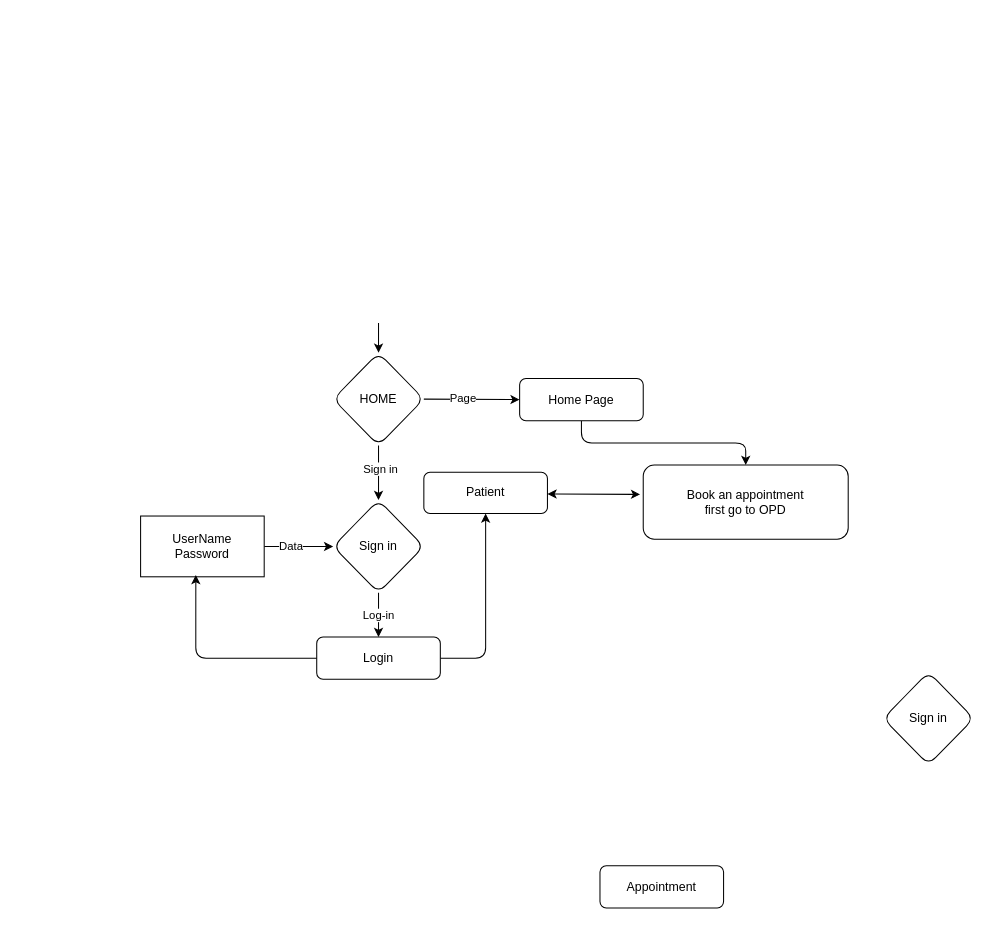
Earlier version of the draw.io diagram Untitled Diagram.drawio (RameshCrai/system-design-analysis). Source tidied: cells renumbered, new cells numbered last; positions are measured from the earlier drawing's top-left corner, leaving out a move shared by most shapes. Both pictures are drawn from the tidied source at 103%, with x=0, y=0 at pixel (140, 322).
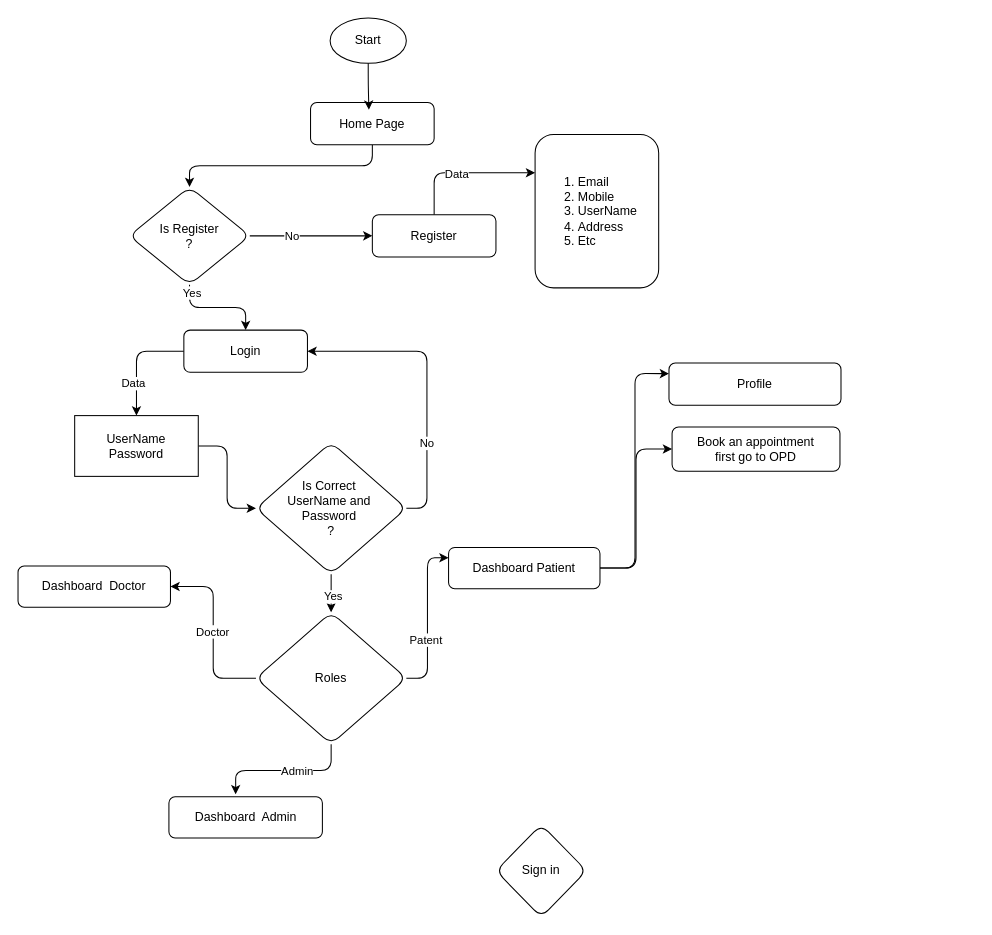
Above is the later version.

Commit message:
medical erp

Change to the diagram source:
```diff
@@
-    <mxCell id="2" style="edgeStyle=orthogonalEdgeStyle;rounded=1;jettySize=auto;html=1;exitX=0.5;exitY=1;exitDx=0;exitDy=0;entryX=0.5;entryY=0;entryDx=0;entryDy=0;" parent="1" edge="1" source="4" target="12">
-      <mxGeometry relative="1" as="geometry" />
-    </mxCell>
-    <mxCell id="3" value="Sign in" style="edgeLabel;html=1;align=center;verticalAlign=middle;rounded=1;" parent="2" vertex="1">
-      <mxGeometry x="-0.18" y="1" relative="1" as="geometry" />
-    </mxCell>
+    <mxCell id="6" style="edgeStyle=orthogonalEdgeStyle;rounded=1;jettySize=auto;html=1;exitX=1;exitY=0.5;exitDx=0;exitDy=0;entryX=0;entryY=0.5;entryDx=0;entryDy=0;" parent="1" edge="1" source="4" target="9">
+      <mxGeometry relative="1" as="geometry" />
+    </mxCell>
+    <mxCell id="24" value="No" style="edgeLabel;html=1;align=center;verticalAlign=middle;rounded=1;" parent="6" vertex="1">
+      <mxGeometry x="-0.33" y="1" relative="1" as="geometry">
+        <mxPoint y="1" as="offset" />
+      </mxGeometry>
+    </mxCell>
-    <mxCell id="4" value="HOME" style="rhombus;whiteSpace=wrap;html=1;labelBackgroundColor=none;rounded=1;" parent="1" vertex="1">
-      <mxGeometry x="187" y="29" width="88" height="90" as="geometry" />
+    <mxCell id="4" value="Is Register&lt;div&gt;?&lt;/div&gt;" style="rhombus;whiteSpace=wrap;html=1;labelBackgroundColor=none;rounded=1;" parent="1" vertex="1">
+      <mxGeometry x="-11" y="-132" width="117" height="95" as="geometry" />
     </mxCell>
-    <mxCell id="5" style="endArrow=classic;html=1;rounded=1;entryX=0.5;entryY=0;entryDx=0;entryDy=0;labelBackgroundColor=none;fontColor=default;" parent="1" edge="1" target="4">
-      <mxGeometry relative="1" as="geometry">
-        <mxPoint x="231" as="sourcePoint" />
-      </mxGeometry>
-    </mxCell>
-    <mxCell id="6" style="endArrow=classic;html=1;rounded=1;exitX=1;exitY=0.5;exitDx=0;exitDy=0;entryX=0;entryY=0.5;entryDx=0;entryDy=0;" parent="1" edge="1" source="4" target="9">
-      <mxGeometry relative="1" as="geometry" />
-    </mxCell>
-    <mxCell id="7" value="Page" style="edgeLabel;html=1;align=center;verticalAlign=middle;rounded=1;" parent="6" vertex="1">
-      <mxGeometry x="-0.2" y="4" relative="1" as="geometry">
-        <mxPoint y="2" as="offset" />
-      </mxGeometry>
-    </mxCell>
-    <mxCell id="8" style="edgeStyle=orthogonalEdgeStyle;rounded=1;jettySize=auto;html=1;exitX=0.5;exitY=1;exitDx=0;exitDy=0;entryX=0.5;entryY=0;entryDx=0;entryDy=0;" parent="1" edge="1" source="9" target="13">
-      <mxGeometry relative="1" as="geometry" />
-    </mxCell>
+    <mxCell id="25" style="edgeStyle=orthogonalEdgeStyle;rounded=1;jettySize=auto;html=1;exitX=0.5;exitY=0;exitDx=0;exitDy=0;entryX=0;entryY=0.25;entryDx=0;entryDy=0;" parent="1" edge="1" source="9" target="36">
+      <mxGeometry relative="1" as="geometry" />
+    </mxCell>
+    <mxCell id="26" value="Data" style="edgeLabel;html=1;align=center;verticalAlign=middle;rounded=1;" parent="25" vertex="1">
+      <mxGeometry x="-0.1" y="-1" relative="1" as="geometry" />
+    </mxCell>
-    <mxCell id="9" value="Home Page" style="rounded=1;whiteSpace=wrap;html=1;" parent="1" vertex="1">
-      <mxGeometry x="368" y="54" width="120" height="41" as="geometry" />
+    <mxCell id="9" value="Register" style="rounded=1;whiteSpace=wrap;html=1;" parent="1" vertex="1">
+      <mxGeometry x="225" y="-105" width="120" height="41" as="geometry" />
     </mxCell>
-    <mxCell id="10" style="edgeStyle=orthogonalEdgeStyle;rounded=1;jettySize=auto;html=1;exitX=0.5;exitY=1;exitDx=0;exitDy=0;entryX=0.5;entryY=0;entryDx=0;entryDy=0;" parent="1" edge="1" source="12" target="18">
+    <mxCell id="10" style="edgeStyle=orthogonalEdgeStyle;rounded=1;jettySize=auto;html=1;exitX=1;exitY=0.5;exitDx=0;exitDy=0;entryX=1;entryY=0.5;entryDx=0;entryDy=0;" parent="1" edge="1" source="12" target="18">
       <mxGeometry relative="1" as="geometry" />
     </mxCell>
-    <mxCell id="11" value="Log-in" style="edgeLabel;html=1;align=center;verticalAlign=middle;rounded=1;" parent="10" vertex="1">
-      <mxGeometry x="-0.04" y="-1" relative="1" as="geometry" />
-    </mxCell>
+    <mxCell id="27" value="No" style="edgeLabel;html=1;align=center;verticalAlign=middle;rounded=1;" parent="10" vertex="1">
+      <mxGeometry x="-0.41" y="1" relative="1" as="geometry">
+        <mxPoint y="1" as="offset" />
+      </mxGeometry>
+    </mxCell>
+    <mxCell id="28" style="edgeStyle=orthogonalEdgeStyle;rounded=1;jettySize=auto;html=1;exitX=0.5;exitY=1;exitDx=0;exitDy=0;entryX=0.5;entryY=0;entryDx=0;entryDy=0;" parent="1" edge="1" source="12" target="46">
+      <mxGeometry relative="1" as="geometry" />
+    </mxCell>
+    <mxCell id="29" value="Yes" style="edgeLabel;html=1;align=center;verticalAlign=middle;rounded=1;" parent="28" vertex="1">
+      <mxGeometry x="0.12" y="1" relative="1" as="geometry" />
+    </mxCell>
-    <mxCell id="12" value="Sign in" style="rhombus;whiteSpace=wrap;html=1;labelBackgroundColor=none;rounded=1;" parent="1" vertex="1">
-      <mxGeometry x="187" y="172" width="88" height="90" as="geometry" />
+    <mxCell id="12" value="Is Correct&amp;nbsp;&lt;div&gt;UserName and&amp;nbsp;&lt;div&gt;Password&amp;nbsp;&lt;/div&gt;&lt;/div&gt;&lt;div&gt;?&lt;/div&gt;" style="rhombus;whiteSpace=wrap;html=1;labelBackgroundColor=none;rounded=1;" parent="1" vertex="1">
+      <mxGeometry x="112" y="116" width="146" height="128" as="geometry" />
     </mxCell>
     <mxCell id="13" value="Book an appointment&lt;div&gt;first go to OPD&lt;/div&gt;" style="rounded=1;whiteSpace=wrap;html=1;" parent="1" vertex="1">
-      <mxGeometry x="488" y="138" width="199" height="72" as="geometry" />
+      <mxGeometry x="516" y="101" width="163" height="43" as="geometry" />
     </mxCell>
-    <mxCell id="14" style="edgeStyle=orthogonalEdgeStyle;rounded=1;jettySize=auto;html=1;exitX=1;exitY=0.5;exitDx=0;exitDy=0;" parent="1" edge="1" source="16" target="12">
+    <mxCell id="14" style="edgeStyle=orthogonalEdgeStyle;rounded=1;jettySize=auto;html=1;exitX=1;exitY=0.5;exitDx=0;exitDy=0;entryX=0;entryY=0.5;entryDx=0;entryDy=0;" parent="1" edge="1" source="16" target="12">
       <mxGeometry relative="1" as="geometry" />
     </mxCell>
-    <mxCell id="15" value="Data" style="edgeLabel;html=1;align=center;verticalAlign=middle;rounded=1;" parent="14" vertex="1">
-      <mxGeometry x="-0.25" y="1" relative="1" as="geometry" />
-    </mxCell>
     <mxCell id="16" value="UserName&lt;div&gt;Password&lt;/div&gt;" style="rounded=0;whiteSpace=wrap;html=1;" parent="1" vertex="1">
-      <mxGeometry y="187.5" width="120" height="59" as="geometry" />
+      <mxGeometry x="-64" y="90" width="120" height="59" as="geometry" />
     </mxCell>
-    <mxCell id="17" style="edgeStyle=orthogonalEdgeStyle;rounded=1;jettySize=auto;html=1;exitX=1;exitY=0.5;exitDx=0;exitDy=0;entryX=0.5;entryY=1;entryDx=0;entryDy=0;" parent="1" edge="1" source="18" target="20">
-      <mxGeometry relative="1" as="geometry" />
-    </mxCell>
-    <mxCell id="18" value="Login" style="rounded=1;whiteSpace=wrap;html=1;" parent="1" vertex="1">
-      <mxGeometry x="171" y="305" width="120" height="41" as="geometry" />
-    </mxCell>
-    <mxCell id="19" style="edgeStyle=orthogonalEdgeStyle;rounded=1;jettySize=auto;html=1;exitX=0;exitY=0.5;exitDx=0;exitDy=0;entryX=0.447;entryY=0.972;entryDx=0;entryDy=0;entryPerimeter=0;" parent="1" edge="1" source="18" target="16">
-      <mxGeometry relative="1" as="geometry" />
-    </mxCell>
+    <mxCell id="30" style="edgeStyle=orthogonalEdgeStyle;rounded=1;jettySize=auto;html=1;exitX=1;exitY=0.5;exitDx=0;exitDy=0;entryX=0;entryY=0.25;entryDx=0;entryDy=0;" parent="1" edge="1" source="20" target="22">
+      <mxGeometry relative="1" as="geometry">
+        <Array as="points">
+          <mxPoint x="480" y="238" />
+          <mxPoint x="480" y="49" />
+        </Array>
+      </mxGeometry>
+    </mxCell>
+    <mxCell id="31" style="edgeStyle=orthogonalEdgeStyle;rounded=1;jettySize=auto;html=1;exitX=1;exitY=0.5;exitDx=0;exitDy=0;entryX=0;entryY=0.5;entryDx=0;entryDy=0;" parent="1" edge="1" source="20" target="13">
+      <mxGeometry relative="1" as="geometry" />
+    </mxCell>
-    <mxCell id="20" value="Patient" style="rounded=1;whiteSpace=wrap;html=1;" parent="1" vertex="1">
-      <mxGeometry x="275" y="145" width="120" height="40" as="geometry" />
+    <mxCell id="20" value="Dashboard Patient" style="rounded=1;whiteSpace=wrap;html=1;" parent="1" vertex="1">
+      <mxGeometry x="299" y="218" width="147" height="40" as="geometry" />
     </mxCell>
-    <mxCell id="21" style="endArrow=classic;startArrow=classic;html=1;rounded=1;exitX=1;exitY=0.5;exitDx=0;exitDy=0;entryX=-0.015;entryY=0.396;entryDx=0;entryDy=0;entryPerimeter=0;" parent="1" edge="1" target="13">
-      <mxGeometry relative="1" as="geometry">
-        <mxPoint x="395" y="166" as="sourcePoint" />
-      </mxGeometry>
-    </mxCell>
-    <mxCell id="22" value="Appointment" style="rounded=1;whiteSpace=wrap;html=1;" parent="1" vertex="1">
-      <mxGeometry x="446" y="527" width="120" height="41" as="geometry" />
+    <mxCell id="22" value="Profile" style="rounded=1;whiteSpace=wrap;html=1;" parent="1" vertex="1">
+      <mxGeometry x="513" y="39" width="167" height="41" as="geometry" />
     </mxCell>
     <mxCell id="23" value="Sign in" style="rhombus;whiteSpace=wrap;html=1;labelBackgroundColor=none;rounded=1;" parent="1" vertex="1">
-      <mxGeometry x="721" y="339" width="88" height="90" as="geometry" />
+      <mxGeometry x="345" y="487" width="88" height="90" as="geometry" />
     </mxCell>
+    <mxCell id="32" value="Start" style="ellipse;whiteSpace=wrap;html=1;rounded=1;" parent="1" vertex="1">
+      <mxGeometry x="184" y="-296" width="74" height="44" as="geometry" />
+    </mxCell>
+    <mxCell id="33" style="edgeStyle=orthogonalEdgeStyle;rounded=1;jettySize=auto;html=1;exitX=0.5;exitY=1;exitDx=0;exitDy=0;entryX=0.5;entryY=0;entryDx=0;entryDy=0;" parent="1" edge="1" source="34" target="4">
+      <mxGeometry relative="1" as="geometry" />
+    </mxCell>
+    <mxCell id="34" value="Home Page" style="rounded=1;whiteSpace=wrap;html=1;" parent="1" vertex="1">
+      <mxGeometry x="165" y="-214" width="120" height="41" as="geometry" />
+    </mxCell>
+    <mxCell id="35" style="edgeStyle=orthogonalEdgeStyle;rounded=1;jettySize=auto;html=1;exitX=0.5;exitY=1;exitDx=0;exitDy=0;entryX=0.472;entryY=0.171;entryDx=0;entryDy=0;entryPerimeter=0;" parent="1" edge="1" source="32" target="34">
+      <mxGeometry relative="1" as="geometry" />
+    </mxCell>
+    <mxCell id="36" value="&lt;ol&gt;&lt;li&gt;Email&lt;/li&gt;&lt;li&gt;Mobile&lt;/li&gt;&lt;li&gt;UserName&lt;/li&gt;&lt;li&gt;Address&amp;nbsp;&lt;/li&gt;&lt;li&gt;Etc&lt;/li&gt;&lt;/ol&gt;" style="rounded=1;whiteSpace=wrap;html=1;align=left;" parent="1" vertex="1">
+      <mxGeometry x="383" y="-183" width="120" height="149" as="geometry" />
+    </mxCell>
+    <mxCell id="37" style="edgeStyle=orthogonalEdgeStyle;rounded=1;jettySize=auto;html=1;exitX=0.5;exitY=1;exitDx=0;exitDy=0;entryX=0.5;entryY=0;entryDx=0;entryDy=0;" parent="1" edge="1" source="4" target="18">
+      <mxGeometry relative="1" as="geometry" />
+    </mxCell>
+    <mxCell id="38" value="Yes" style="edgeLabel;html=1;align=center;verticalAlign=middle;rounded=1;" parent="37" vertex="1">
+      <mxGeometry x="-0.85" y="2" relative="1" as="geometry" />
+    </mxCell>
+    <mxCell id="19" style="edgeStyle=orthogonalEdgeStyle;rounded=1;jettySize=auto;html=1;exitX=0;exitY=0.5;exitDx=0;exitDy=0;entryX=0.5;entryY=0;entryDx=0;entryDy=0;" parent="1" edge="1" source="18" target="16">
+      <mxGeometry relative="1" as="geometry" />
+    </mxCell>
+    <mxCell id="39" value="Data" style="edgeLabel;html=1;align=center;verticalAlign=middle;rounded=1;" parent="19" vertex="1">
+      <mxGeometry x="0.41" y="-4" relative="1" as="geometry">
+        <mxPoint y="1" as="offset" />
+      </mxGeometry>
+    </mxCell>
+    <mxCell id="18" value="Login" style="rounded=1;whiteSpace=wrap;html=1;" parent="1" vertex="1">
+      <mxGeometry x="42" y="7" width="120" height="41" as="geometry" />
+    </mxCell>
+    <mxCell id="40" value="Dashboard&amp;nbsp; Doctor" style="rounded=1;whiteSpace=wrap;html=1;" parent="1" vertex="1">
+      <mxGeometry x="-119" y="236" width="148" height="40" as="geometry" />
+    </mxCell>
+    <mxCell id="41" value="Dashboard&amp;nbsp; Admin" style="rounded=1;whiteSpace=wrap;html=1;" parent="1" vertex="1">
+      <mxGeometry x="27.5" y="460" width="149" height="40" as="geometry" />
+    </mxCell>
+    <mxCell id="42" style="edgeStyle=orthogonalEdgeStyle;rounded=1;jettySize=auto;html=1;exitX=1;exitY=0.5;exitDx=0;exitDy=0;entryX=0;entryY=0.25;entryDx=0;entryDy=0;" parent="1" edge="1" source="46" target="20">
+      <mxGeometry relative="1" as="geometry" />
+    </mxCell>
+    <mxCell id="43" value="Patent" style="edgeLabel;html=1;align=center;verticalAlign=middle;rounded=1;" parent="42" vertex="1">
+      <mxGeometry x="-0.26" y="2" relative="1" as="geometry" />
+    </mxCell>
+    <mxCell id="44" style="edgeStyle=orthogonalEdgeStyle;rounded=1;jettySize=auto;html=1;exitX=0;exitY=0.5;exitDx=0;exitDy=0;entryX=1;entryY=0.5;entryDx=0;entryDy=0;" parent="1" edge="1" source="46" target="40">
+      <mxGeometry relative="1" as="geometry" />
+    </mxCell>
+    <mxCell id="45" value="Doctor" style="edgeLabel;html=1;align=center;verticalAlign=middle;rounded=1;" parent="44" vertex="1">
+      <mxGeometry x="0.01" y="2" relative="1" as="geometry">
+        <mxPoint x="1" as="offset" />
+      </mxGeometry>
+    </mxCell>
+    <mxCell id="46" value="Roles" style="rhombus;whiteSpace=wrap;html=1;labelBackgroundColor=none;rounded=1;" parent="1" vertex="1">
+      <mxGeometry x="112" y="281" width="146" height="128" as="geometry" />
+    </mxCell>
+    <mxCell id="47" style="edgeStyle=orthogonalEdgeStyle;rounded=1;jettySize=auto;html=1;exitX=0.5;exitY=1;exitDx=0;exitDy=0;entryX=0.435;entryY=-0.058;entryDx=0;entryDy=0;entryPerimeter=0;" parent="1" edge="1" source="46" target="41">
+      <mxGeometry relative="1" as="geometry" />
+    </mxCell>
+    <mxCell id="48" value="Admin" style="edgeLabel;html=1;align=center;verticalAlign=middle;rounded=1;" parent="47" vertex="1">
+      <mxGeometry x="-0.16" y="-1" relative="1" as="geometry">
+        <mxPoint y="1" as="offset" />
+      </mxGeometry>
+    </mxCell>
```
